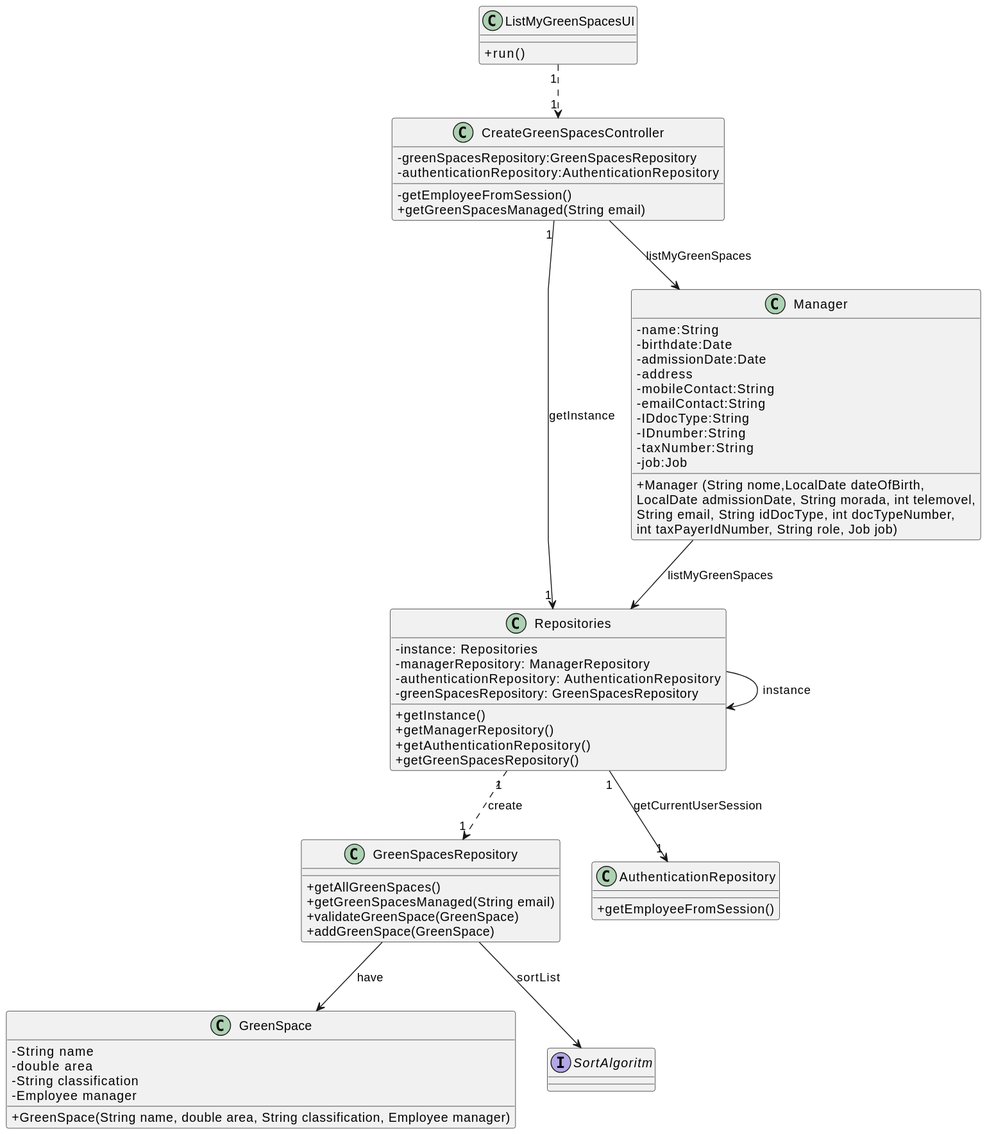
This is docs/sprintC/us27/03.design/svg/us27-class-diagram.svg from Paulo-Pereira-at-ISEP/lei-24-s2-1nanb-g321, a PlantUML export, as it was before one commit.
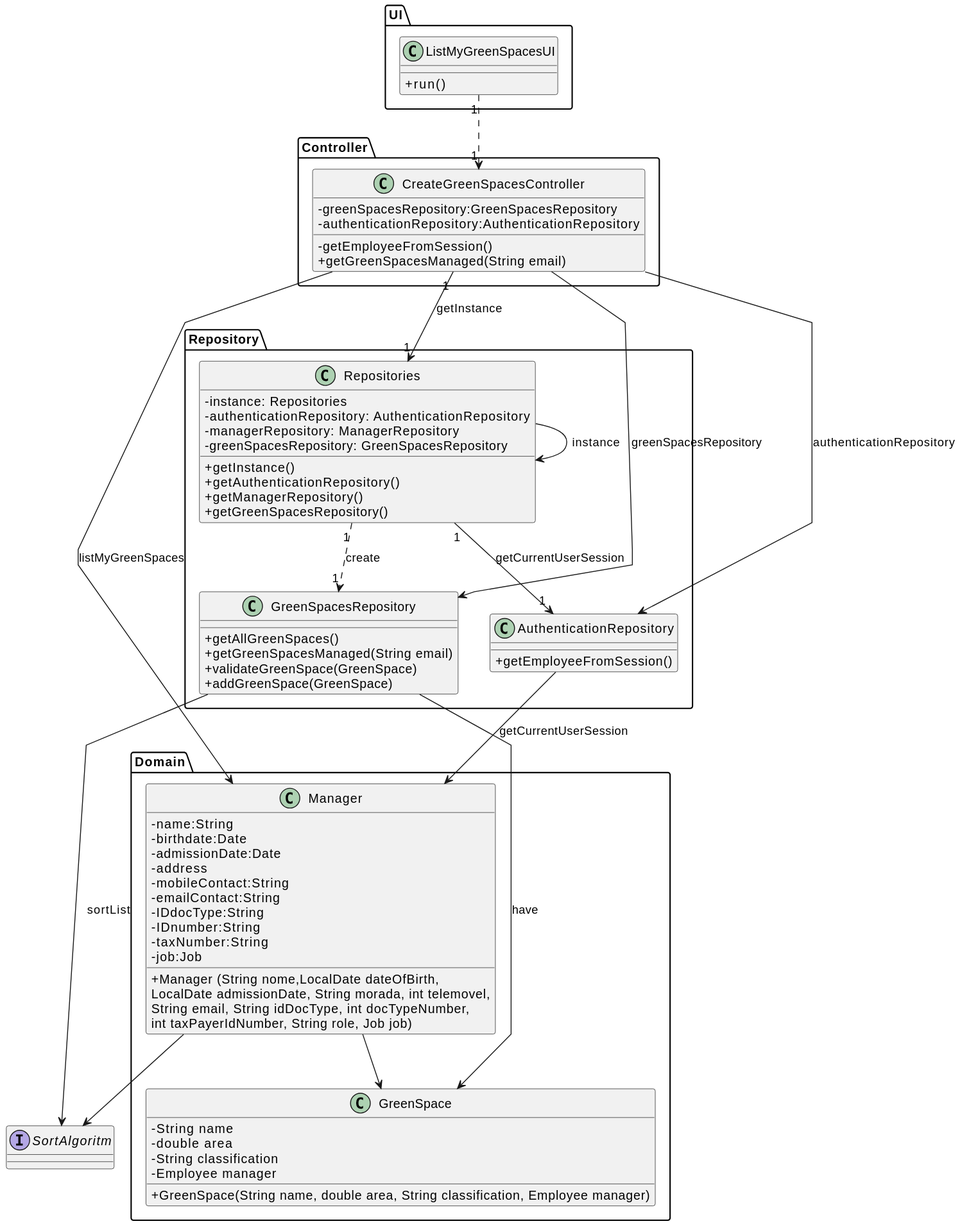
The same diagram one commit later.

Diff of the diagram source:
```diff
@@ -6,10 +6,13 @@
 skinparam classAttributeIconSize 0
 
 
+Package UI <<Folder>>{
 class ListMyGreenSpacesUI {
     +run()
 }
+}
 
+Package Controller <<Folder>>{
 class CreateGreenSpacesController {
     - greenSpacesRepository:GreenSpacesRepository
     - authenticationRepository:AuthenticationRepository
@@ -17,7 +20,50 @@
     - getEmployeeFromSession()
     + getGreenSpacesManaged(String email)
 }
+}
 
+
+Package Repository <<Folder>>{
+class Repositories{
+    - instance: Repositories
+    - authenticationRepository: AuthenticationRepository
+    - managerRepository: ManagerRepository
+    - greenSpacesRepository: GreenSpacesRepository
+
+    + getInstance()
+    + getAuthenticationRepository()
+    + getManagerRepository()
+    + getGreenSpacesRepository()
+}
+}
+
+Package Repository <<Folder>>{
+class GreenSpacesRepository{
+    + getAllGreenSpaces()
+    + getGreenSpacesManaged(String email)
+    + validateGreenSpace(GreenSpace)
+    + addGreenSpace(GreenSpace)
+}
+}
+
+Package Repository <<Folder>>{
+class AuthenticationRepository{
+    + getEmployeeFromSession()
+}
+}
+
+Package Domain <<Folder>>{
+class GreenSpace {
+    - String name
+    - double area
+    - String classification
+    - Employee manager
+
+    + GreenSpace(String name, double area, String classification, Employee manager)
+}
+}
+
+Package Domain <<Folder>>{
 class Manager{
     -name:String
     -birthdate:Date
@@ -32,37 +78,6 @@
 
     +Manager (String nome,LocalDate dateOfBirth,\nLocalDate admissionDate, String morada, int telemovel,\nString email, String idDocType, int docTypeNumber,\nint taxPayerIdNumber, String role, Job job)
 }
-
-class Repositories{
-    - instance: Repositories
-    - managerRepository: ManagerRepository
-    - authenticationRepository: AuthenticationRepository
-    - greenSpacesRepository: GreenSpacesRepository
-
-    + getInstance()
-    + getManagerRepository()
-    + getAuthenticationRepository()
-    + getGreenSpacesRepository()
-}
-
-class GreenSpacesRepository{
-    + getAllGreenSpaces()
-    + getGreenSpacesManaged(String email)
-    + validateGreenSpace(GreenSpace)
-    + addGreenSpace(GreenSpace)
-}
-
-class AuthenticationRepository{
-    + getEmployeeFromSession()
-}
-
-class GreenSpace {
-    - String name
-    - double area
-    - String classification
-    - Employee manager
-
-    + GreenSpace(String name, double area, String classification, Employee manager)
 }
 
 interface SortAlgoritm {
@@ -71,14 +86,19 @@
 ListMyGreenSpacesUI "1" ..> "1" CreateGreenSpacesController
 
 CreateGreenSpacesController "1" --> "1" Repositories : getInstance
+CreateGreenSpacesController --> GreenSpacesRepository : greenSpacesRepository
+CreateGreenSpacesController --> AuthenticationRepository : authenticationRepository
 CreateGreenSpacesController --> Manager : listMyGreenSpaces
 
 Repositories -> Repositories : instance
 Repositories "1" ..> "1" GreenSpacesRepository : create
 Repositories "1" --> "1" AuthenticationRepository : getCurrentUserSession
 
+AuthenticationRepository --> Manager : getCurrentUserSession
+
 GreenSpacesRepository --> GreenSpace : have
 GreenSpacesRepository --> SortAlgoritm : sortList
 
-Manager --> Repositories : listMyGreenSpaces
+Manager --> GreenSpace
+Manager --> SortAlgoritm
 @enduml
```
